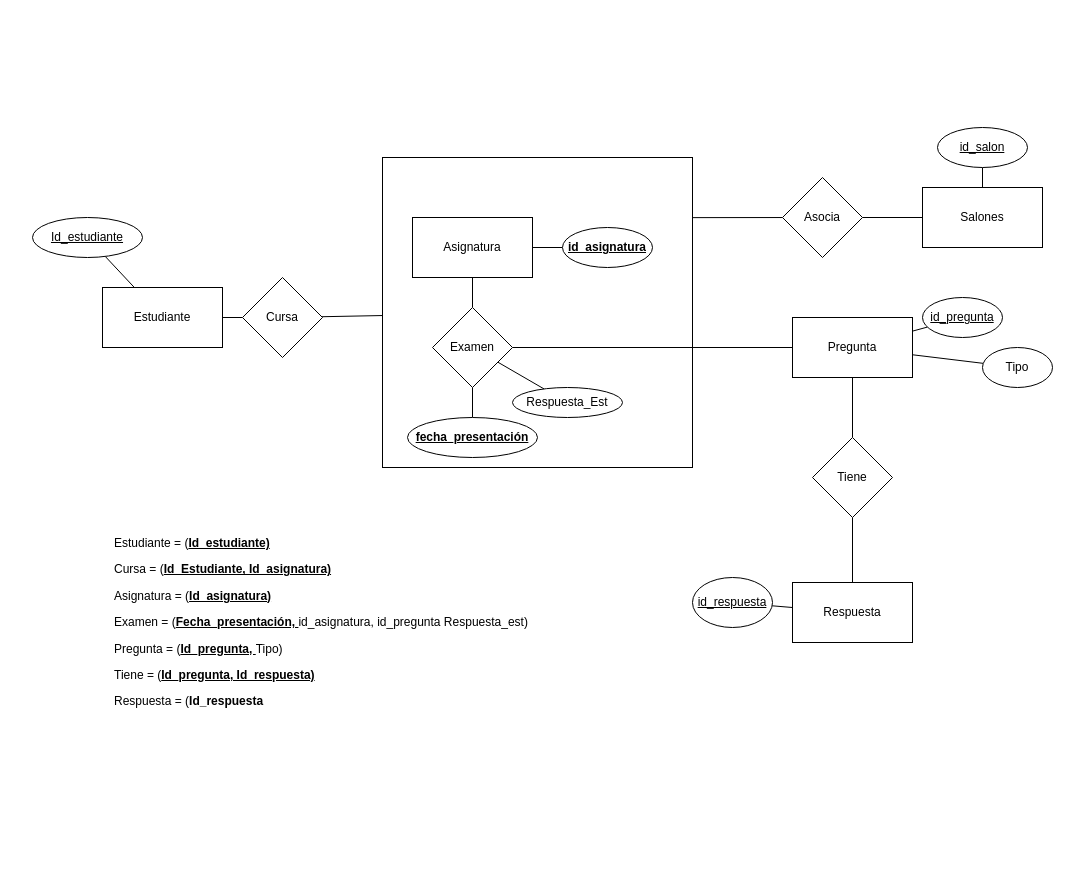
This is Untitled Diagram.drawio from jesalazaro/ER-diagrams, a draw.io file, before an edit. Source tidied: cells renumbered, new cells numbered last; positions are measured from the earlier drawing's top-left corner, leaving out a move shared by most shapes. Both pictures are drawn from the tidied source at 100%, with x=0, y=0 at pixel (32, 127).
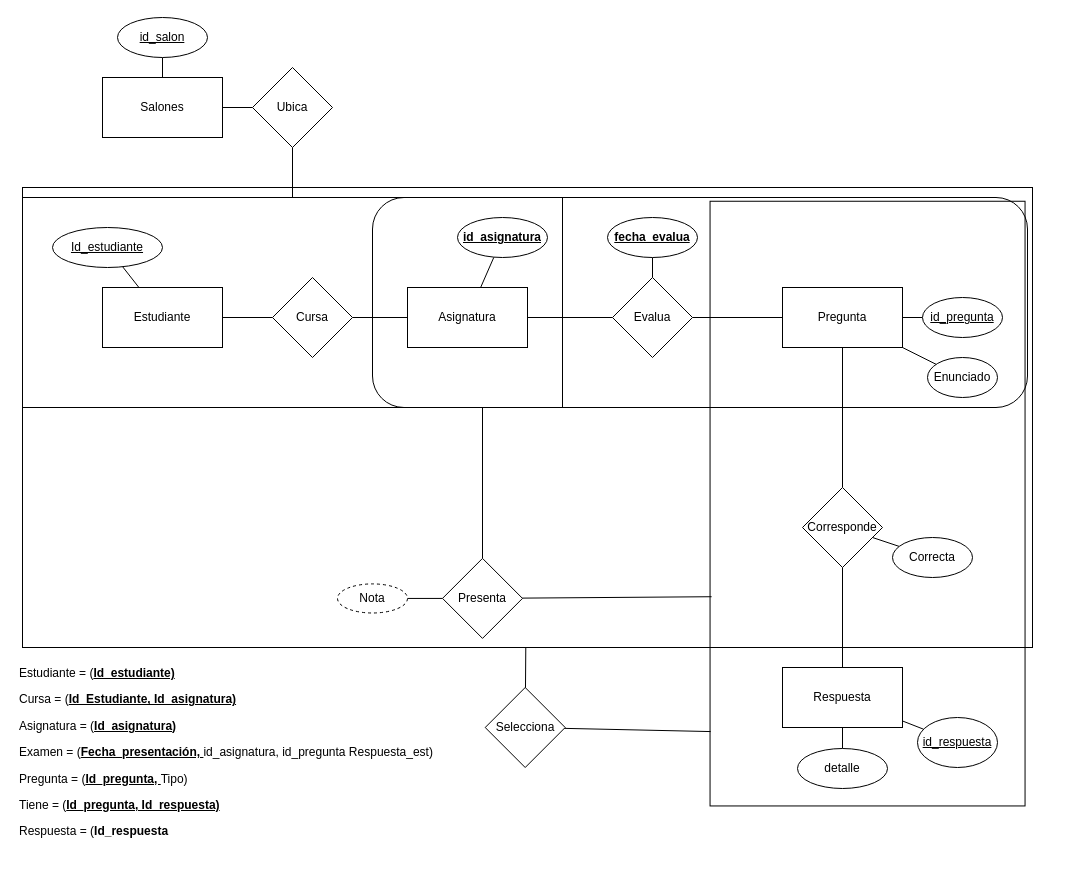
After the change.

Diff of the diagram source:
```diff
@@
-    <mxCell id="2" style="whiteSpace=wrap;html=1;" parent="1" vertex="1">
-      <mxGeometry x="350" y="30" width="310" height="310" as="geometry" />
-    </mxCell>
+    <mxCell id="38" style="edgeStyle=none;rounded=0;jettySize=auto;html=1;startArrow=none;startFill=0;endArrow=none;endFill=0;" parent="1" edge="1" source="39" target="57">
+      <mxGeometry relative="1" as="geometry" />
+    </mxCell>
+    <mxCell id="39" style="rounded=0;whiteSpace=wrap;html=1;shadow=0;glass=0;fillColor=none;" parent="1" vertex="1">
+      <mxGeometry x="-10" y="60" width="1010" height="460" as="geometry" />
+    </mxCell>
+    <mxCell id="40" style="edgeStyle=none;rounded=0;jettySize=auto;html=1;startArrow=none;startFill=0;endArrow=none;endFill=0;exitX=0.346;exitY=0.005;exitDx=0;exitDy=0;exitPerimeter=0;" parent="1" edge="1" source="41" target="53">
+      <mxGeometry relative="1" as="geometry" />
+    </mxCell>
+    <mxCell id="41" style="rounded=0;whiteSpace=wrap;html=1;rotation=-90;fillColor=none;" parent="1" vertex="1">
+      <mxGeometry x="532.7" y="218.6" width="604.7" height="315" as="geometry" />
+    </mxCell>
+    <mxCell id="42" style="rounded=0;whiteSpace=wrap;html=1;" parent="1" vertex="1">
+      <mxGeometry x="-10" y="70" width="540" height="210" as="geometry" />
+    </mxCell>
+    <mxCell id="43" style="rounded=1;whiteSpace=wrap;html=1;glass=0;shadow=0;fillColor=none;" parent="1" vertex="1">
+      <mxGeometry x="340" y="70" width="655" height="210" as="geometry" />
+    </mxCell>
@@
     <mxCell id="5" value="Asignatura" style="rounded=0;whiteSpace=wrap;html=1;" parent="1" vertex="1">
-      <mxGeometry x="380" y="90" width="120" height="60" as="geometry" />
+      <mxGeometry x="375" y="160" width="120" height="60" as="geometry" />
     </mxCell>
@@
     <mxCell id="12" value="&lt;div&gt;Pregunta&lt;/div&gt;" style="rounded=0;whiteSpace=wrap;html=1;" parent="1" vertex="1">
-      <mxGeometry x="760" y="190" width="120" height="60" as="geometry" />
+      <mxGeometry x="750" y="160" width="120" height="60" as="geometry" />
     </mxCell>
@@
     <mxCell id="15" value="Respuesta" style="rounded=0;whiteSpace=wrap;html=1;" parent="1" vertex="1">
-      <mxGeometry x="760" y="455" width="120" height="60" as="geometry" />
+      <mxGeometry x="750" y="540" width="120" height="60" as="geometry" />
     </mxCell>
-    <mxCell id="16" value="Tipo" style="ellipse;whiteSpace=wrap;html=1;rounded=0;" parent="1" vertex="1">
-      <mxGeometry x="950" y="220" width="70" height="40" as="geometry" />
+    <mxCell id="16" value="Enunciado" style="ellipse;whiteSpace=wrap;html=1;rounded=0;" parent="1" vertex="1">
+      <mxGeometry x="895" y="230" width="70" height="40" as="geometry" />
     </mxCell>
@@
     <mxCell id="18" value="&lt;u&gt;Id_estudiante&lt;/u&gt;" style="ellipse;whiteSpace=wrap;html=1;rounded=0;" parent="1" vertex="1">
-      <mxGeometry y="90" width="110" height="40" as="geometry" />
+      <mxGeometry x="20" y="100" width="110" height="40" as="geometry" />
     </mxCell>
     <mxCell id="19" value="&lt;u&gt;id_respuesta&lt;/u&gt;" style="ellipse;whiteSpace=wrap;html=1;rounded=0;" parent="1" vertex="1">
-      <mxGeometry x="660" y="450" width="80" height="50" as="geometry" />
+      <mxGeometry x="885" y="590" width="80" height="50" as="geometry" />
     </mxCell>
-    <mxCell id="20" style="edgeStyle=none;rounded=0;jettySize=auto;html=1;startArrow=none;startFill=0;endArrow=none;endFill=0;" parent="1" edge="1" source="21" target="2">
+    <mxCell id="20" style="edgeStyle=none;rounded=0;jettySize=auto;html=1;startArrow=none;startFill=0;endArrow=none;endFill=0;entryX=0;entryY=0.5;entryDx=0;entryDy=0;" parent="1" edge="1" source="21" target="5">
       <mxGeometry relative="1" as="geometry" />
     </mxCell>
     <mxCell id="21" value="Cursa" style="rhombus;whiteSpace=wrap;html=1;rounded=0;" parent="1" vertex="1">
-      <mxGeometry x="210" y="150" width="80" height="80" as="geometry" />
+      <mxGeometry x="240" y="150" width="80" height="80" as="geometry" />
     </mxCell>
-    <mxCell id="22" style="edgeStyle=none;rounded=0;jettySize=auto;html=1;endArrow=none;endFill=0;" parent="1" edge="1" source="24" target="26">
-      <mxGeometry relative="1" as="geometry" />
-    </mxCell>
-    <mxCell id="23" style="edgeStyle=none;rounded=0;jettySize=auto;html=1;endArrow=none;endFill=0;entryX=1;entryY=0.194;entryDx=0;entryDy=0;entryPerimeter=0;" parent="1" edge="1" source="24" target="2">
-      <mxGeometry relative="1" as="geometry" />
-    </mxCell>
-    <mxCell id="24" value="Asocia" style="rhombus;whiteSpace=wrap;html=1;" parent="1" vertex="1">
-      <mxGeometry x="750" y="50" width="80" height="80" as="geometry" />
-    </mxCell>
@@
+    <mxCell id="44" style="edgeStyle=none;rounded=0;jettySize=auto;html=1;startArrow=none;startFill=0;endArrow=none;endFill=0;" parent="1" edge="1" source="26" target="55">
+      <mxGeometry relative="1" as="geometry" />
+    </mxCell>
     <mxCell id="26" value="Salones" style="whiteSpace=wrap;html=1;" parent="1" vertex="1">
-      <mxGeometry x="890" y="60" width="120" height="60" as="geometry" />
+      <mxGeometry x="70" y="-50" width="120" height="60" as="geometry" />
     </mxCell>
     <mxCell id="27" value="&lt;u&gt;id_salon&lt;/u&gt;" style="ellipse;whiteSpace=wrap;html=1;" parent="1" vertex="1">
-      <mxGeometry x="905" width="90" height="40" as="geometry" />
+      <mxGeometry x="85" y="-110" width="90" height="40" as="geometry" />
     </mxCell>
-    <mxCell id="28" value="Tiene" style="rhombus;whiteSpace=wrap;html=1;rounded=0;" parent="1" vertex="1">
-      <mxGeometry x="780" y="310" width="80" height="80" as="geometry" />
+    <mxCell id="28" value="Corresponde" style="rhombus;whiteSpace=wrap;html=1;rounded=0;" parent="1" vertex="1">
+      <mxGeometry x="770" y="360" width="80" height="80" as="geometry" />
     </mxCell>
@@
-    <mxCell id="30" style="edgeStyle=none;rounded=0;jettySize=auto;html=1;startArrow=none;startFill=0;endArrow=none;endFill=0;" parent="1" edge="1" source="32" target="33">
-      <mxGeometry relative="1" as="geometry" />
-    </mxCell>
-    <mxCell id="31" style="edgeStyle=none;rounded=0;jettySize=auto;html=1;startArrow=none;startFill=0;endArrow=none;endFill=0;" parent="1" edge="1" source="32" target="34">
-      <mxGeometry relative="1" as="geometry" />
-    </mxCell>
-    <mxCell id="32" value="Examen" style="rhombus;whiteSpace=wrap;html=1;rounded=0;" parent="1" vertex="1">
-      <mxGeometry x="400" y="180" width="80" height="80" as="geometry" />
+    <mxCell id="32" value="Evalua" style="rhombus;whiteSpace=wrap;html=1;rounded=0;" parent="1" vertex="1">
+      <mxGeometry x="580" y="150" width="80" height="80" as="geometry" />
     </mxCell>
-    <mxCell id="33" value="&lt;b&gt;&lt;u&gt;fecha_presentación&lt;/u&gt;&lt;/b&gt;" style="ellipse;whiteSpace=wrap;html=1;rounded=0;" parent="1" vertex="1">
-      <mxGeometry x="375" y="290" width="130" height="40" as="geometry" />
-    </mxCell>
-    <mxCell id="34" value="Respuesta_Est" style="ellipse;whiteSpace=wrap;html=1;rounded=0;" parent="1" vertex="1">
-      <mxGeometry x="480" y="260" width="110" height="30" as="geometry" />
-    </mxCell>
-    <mxCell id="35" style="edgeStyle=none;rounded=0;orthogonalLoop=1;jettySize=auto;html=1;exitX=0.75;exitY=1;exitDx=0;exitDy=0;startArrow=none;startFill=0;endArrow=none;endFill=0;" parent="1" edge="1" source="5" target="5">
-      <mxGeometry relative="1" as="geometry" />
+    <mxCell id="35" style="edgeStyle=none;rounded=0;orthogonalLoop=1;jettySize=auto;html=1;exitX=0.75;exitY=1;exitDx=0;exitDy=0;startArrow=none;startFill=0;endArrow=none;endFill=0;" parent="1" edge="1">
+      <mxGeometry relative="1" as="geometry">
+        <mxPoint x="500" y="370" as="sourcePoint" />
+        <mxPoint x="500" y="370" as="targetPoint" />
+      </mxGeometry>
     </mxCell>
     <mxCell id="36" value="&lt;u&gt;&lt;b&gt;id_asignatura&lt;/b&gt;&lt;/u&gt;" style="ellipse;whiteSpace=wrap;html=1;rounded=0;" parent="1" vertex="1">
-      <mxGeometry x="530" y="100" width="90" height="40" as="geometry" />
+      <mxGeometry x="425" y="90" width="90" height="40" as="geometry" />
     </mxCell>
     <mxCell id="37" value="&lt;p class=&quot;Normal&quot;&gt;&lt;span class=&quot;tm5&quot;&gt;Estudiante = (&lt;/span&gt;&lt;strong&gt;&lt;u&gt;&lt;span class=&quot;tm6&quot;&gt;Id_estudiante)&lt;/span&gt;&lt;/u&gt;&lt;/strong&gt;&lt;/p&gt;&lt;p class=&quot;Normal&quot;&gt;&lt;span class=&quot;tm5&quot;&gt;Cursa = (&lt;/span&gt;&lt;strong&gt;&lt;u&gt;&lt;span class=&quot;tm6&quot;&gt;Id_Estudiante, Id_asignatura)&lt;/span&gt;&lt;/u&gt;&lt;/strong&gt;&lt;/p&gt;&lt;p class=&quot;Normal&quot;&gt;&lt;span class=&quot;tm5&quot;&gt;Asignatura = (&lt;/span&gt;&lt;strong&gt;&lt;u&gt;&lt;span class=&quot;tm6&quot;&gt;Id_asignatura)&lt;/span&gt;&lt;/u&gt;&lt;/strong&gt;&lt;/p&gt;&lt;p class=&quot;Normal&quot;&gt;&lt;span class=&quot;tm5&quot;&gt;Examen = (&lt;/span&gt;&lt;strong&gt;&lt;u&gt;&lt;span class=&quot;tm6&quot;&gt;Fecha_presentación, &lt;/span&gt;&lt;/u&gt;&lt;/strong&gt;&lt;span class=&quot;tm5&quot;&gt;id_asignatura, id_pregunta Respuesta_est)&lt;/span&gt;&lt;/p&gt;&lt;p class=&quot;Normal&quot;&gt;&lt;span class=&quot;tm5&quot;&gt;Pregunta = (&lt;/span&gt;&lt;strong&gt;&lt;u&gt;&lt;span class=&quot;tm6&quot;&gt;Id_pregunta, &lt;/span&gt;&lt;/u&gt;&lt;/strong&gt;&lt;span class=&quot;tm5&quot;&gt;Tipo)&lt;/span&gt;&lt;/p&gt;&lt;span class=&quot;tm5&quot;&gt;Tiene = (&lt;/span&gt;&lt;strong&gt;&lt;u&gt;&lt;span class=&quot;tm6&quot;&gt;Id_pregunta, Id_respuesta)&lt;/span&gt;&lt;/u&gt;&lt;/strong&gt;&lt;br&gt;&lt;p class=&quot;Normal&quot;&gt;&lt;span class=&quot;tm5&quot;&gt;Respuesta = (&lt;/span&gt;&lt;strong&gt;&lt;span class=&quot;tm6&quot;&gt;Id_respuesta&lt;/span&gt;&lt;/strong&gt;&lt;/p&gt;" style="text;whiteSpace=wrap;html=1;" parent="1" vertex="1">
-      <mxGeometry x="80" y="390" width="440" height="200" as="geometry" />
+      <mxGeometry x="-15" y="520" width="440" height="200" as="geometry" />
     </mxCell>
+    <mxCell id="45" style="edgeStyle=none;rounded=0;jettySize=auto;html=1;startArrow=none;startFill=0;endArrow=none;endFill=0;" parent="1" edge="1" source="46" target="15">
+      <mxGeometry relative="1" as="geometry" />
+    </mxCell>
+    <mxCell id="46" value="detalle" style="ellipse;whiteSpace=wrap;html=1;rounded=0;" parent="1" vertex="1">
+      <mxGeometry x="765" y="621" width="90" height="40" as="geometry" />
+    </mxCell>
+    <mxCell id="47" style="edgeStyle=none;rounded=0;jettySize=auto;html=1;endArrow=none;endFill=0;" parent="1" edge="1" source="48" target="28">
+      <mxGeometry relative="1" as="geometry" />
+    </mxCell>
+    <mxCell id="48" value="Correcta" style="ellipse;whiteSpace=wrap;html=1;rounded=0;" parent="1" vertex="1">
+      <mxGeometry x="860" y="410" width="80" height="40" as="geometry" />
+    </mxCell>
+    <mxCell id="49" style="edgeStyle=none;rounded=0;jettySize=auto;html=1;startArrow=none;startFill=0;endArrow=none;endFill=0;" parent="1" edge="1" source="50" target="32">
+      <mxGeometry relative="1" as="geometry" />
+    </mxCell>
+    <mxCell id="50" value="&lt;b&gt;&lt;u&gt;fecha_evalua&lt;/u&gt;&lt;/b&gt;" style="ellipse;whiteSpace=wrap;html=1;rounded=0;" parent="1" vertex="1">
+      <mxGeometry x="575" y="90" width="90" height="40" as="geometry" />
+    </mxCell>
+    <mxCell id="51" style="edgeStyle=none;rounded=0;jettySize=auto;html=1;startArrow=none;startFill=0;endArrow=none;endFill=0;" parent="1" edge="1" source="53">
+      <mxGeometry relative="1" as="geometry">
+        <mxPoint x="450" y="280" as="targetPoint" />
+      </mxGeometry>
+    </mxCell>
+    <mxCell id="52" style="edgeStyle=none;rounded=0;jettySize=auto;html=1;startArrow=none;startFill=0;endArrow=none;endFill=0;" parent="1" edge="1" source="53" target="58">
+      <mxGeometry relative="1" as="geometry" />
+    </mxCell>
+    <mxCell id="53" value="Presenta" style="rhombus;whiteSpace=wrap;html=1;rounded=0;" parent="1" vertex="1">
+      <mxGeometry x="410" y="430.9" width="80" height="80" as="geometry" />
+    </mxCell>
+    <mxCell id="54" style="edgeStyle=none;rounded=0;jettySize=auto;html=1;startArrow=none;startFill=0;endArrow=none;endFill=0;" parent="1" edge="1" source="55" target="42">
+      <mxGeometry relative="1" as="geometry" />
+    </mxCell>
+    <mxCell id="55" value="Ubica" style="rhombus;whiteSpace=wrap;html=1;" parent="1" vertex="1">
+      <mxGeometry x="220" y="-60" width="80" height="80" as="geometry" />
+    </mxCell>
+    <mxCell id="56" style="edgeStyle=none;rounded=0;jettySize=auto;html=1;entryX=0.123;entryY=0.002;entryDx=0;entryDy=0;entryPerimeter=0;startArrow=none;startFill=0;endArrow=none;endFill=0;" parent="1" edge="1" source="57" target="41">
+      <mxGeometry relative="1" as="geometry" />
+    </mxCell>
+    <mxCell id="57" value="Selecciona" style="rhombus;whiteSpace=wrap;html=1;fillColor=none;rounded=0;shadow=0;glass=0;" parent="1" vertex="1">
+      <mxGeometry x="452.7" y="560" width="80" height="80" as="geometry" />
+    </mxCell>
+    <mxCell id="58" value="Nota" style="ellipse;whiteSpace=wrap;html=1;rounded=0;dashed=1;" parent="1" vertex="1">
+      <mxGeometry x="305" y="456.4" width="70" height="29.1" as="geometry" />
+    </mxCell>
```
